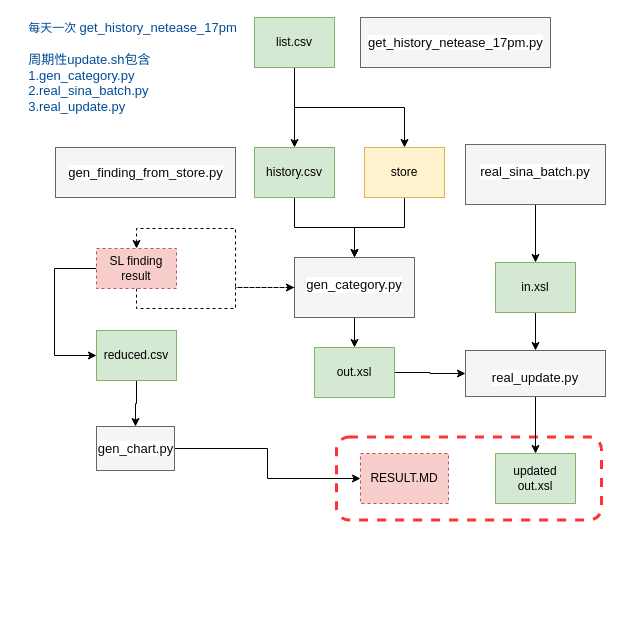
The draw.io diagram page "架构" (1 of 2) of arch.drawio in zbo/zboDoMess, before the edit. Source tidied: cells renumbered, new cells numbered last; positions are measured from the earlier drawing's top-left corner, leaving out a move shared by most shapes. Both pictures are drawn from the tidied source at 100%, with x=0, y=0 at pixel (17, 17).
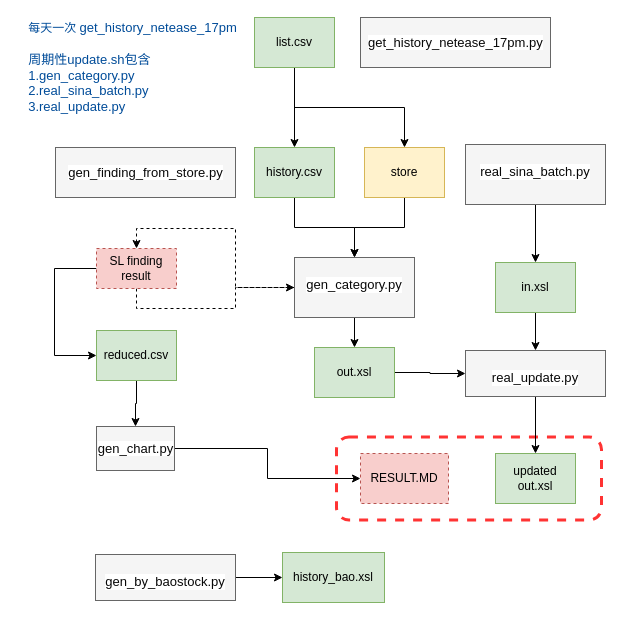
The same page after the edit.

Commit message (it also covers changes not shown here):
bao stock still has issue

What changed in the source:
```diff
@@
+    <mxCell id="35" style="edgeStyle=orthogonalEdgeStyle;rounded=0;jettySize=auto;html=1;" parent="1" edge="1" source="36" target="37">
+      <mxGeometry relative="1" as="geometry" />
+    </mxCell>
+    <mxCell id="36" value="&lt;pre style=&quot;background-color: #ffffff ; color: #080808 ; font-family: &amp;#34;.applesystemuifont&amp;#34; ; font-size: 9.8pt&quot;&gt;gen_by_baostock.py&lt;/pre&gt;" style="text;whiteSpace=wrap;html=1;fillColor=#f5f5f5;strokeColor=#666666;fontColor=#333333;align=center;" parent="1" vertex="1">
+      <mxGeometry x="78" y="537" width="140" height="46" as="geometry" />
+    </mxCell>
+    <mxCell id="37" value="history_bao.xsl" style="rounded=0;whiteSpace=wrap;html=1;fillColor=#d5e8d4;strokeColor=#82b366;" parent="1" vertex="1">
+      <mxGeometry x="265" y="535" width="102" height="50" as="geometry" />
+    </mxCell>
```
